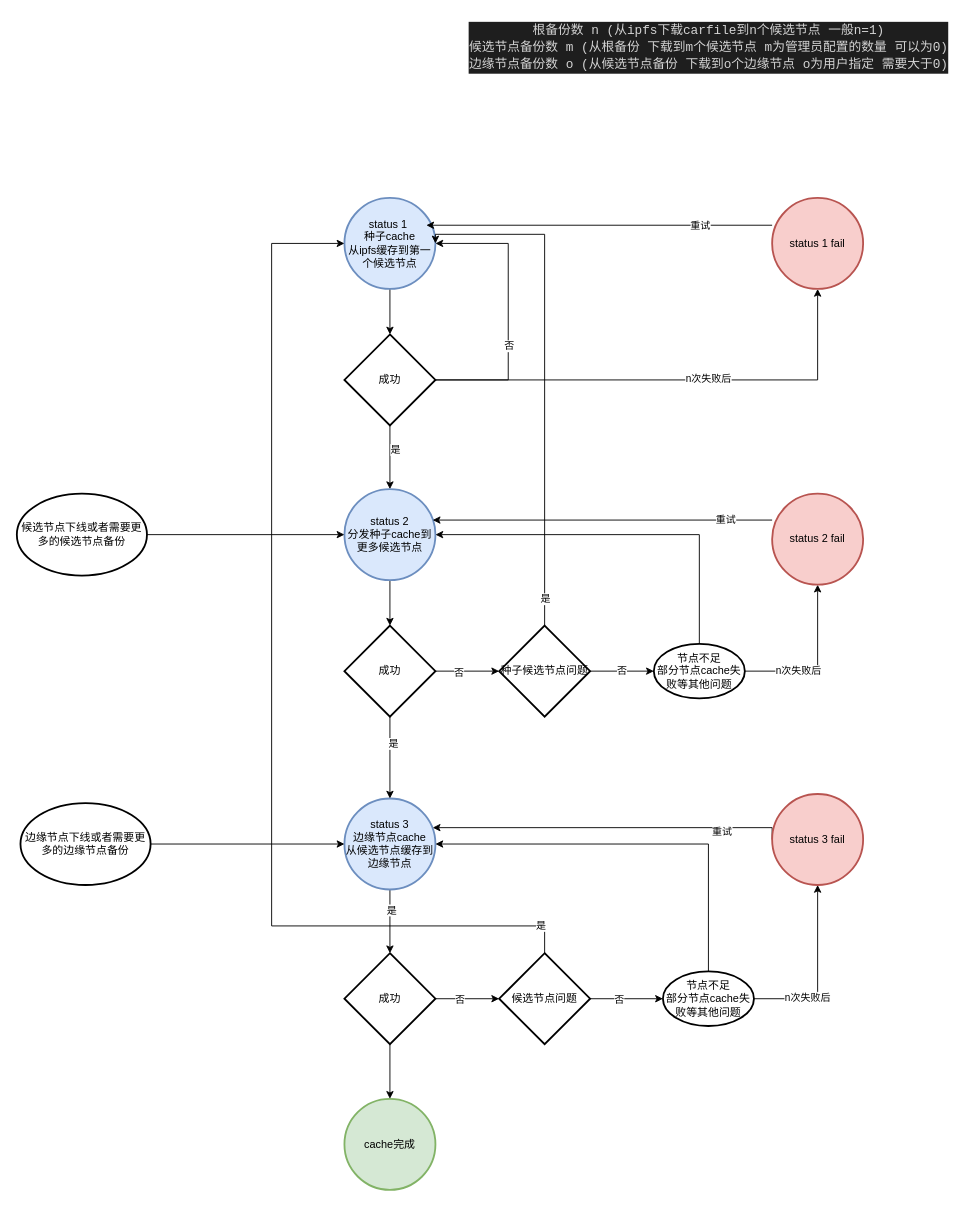
This is cache/未命名绘图.drawio from LMF709268224/titan-drawings, a draw.io file, before an edit. Source tidied: cells renumbered, new cells numbered last; positions are measured from the earlier drawing's top-left corner, leaving out a move shared by most shapes. Both pictures are drawn from the tidied source at 91%, with x=0, y=0 at pixel (16, 15).
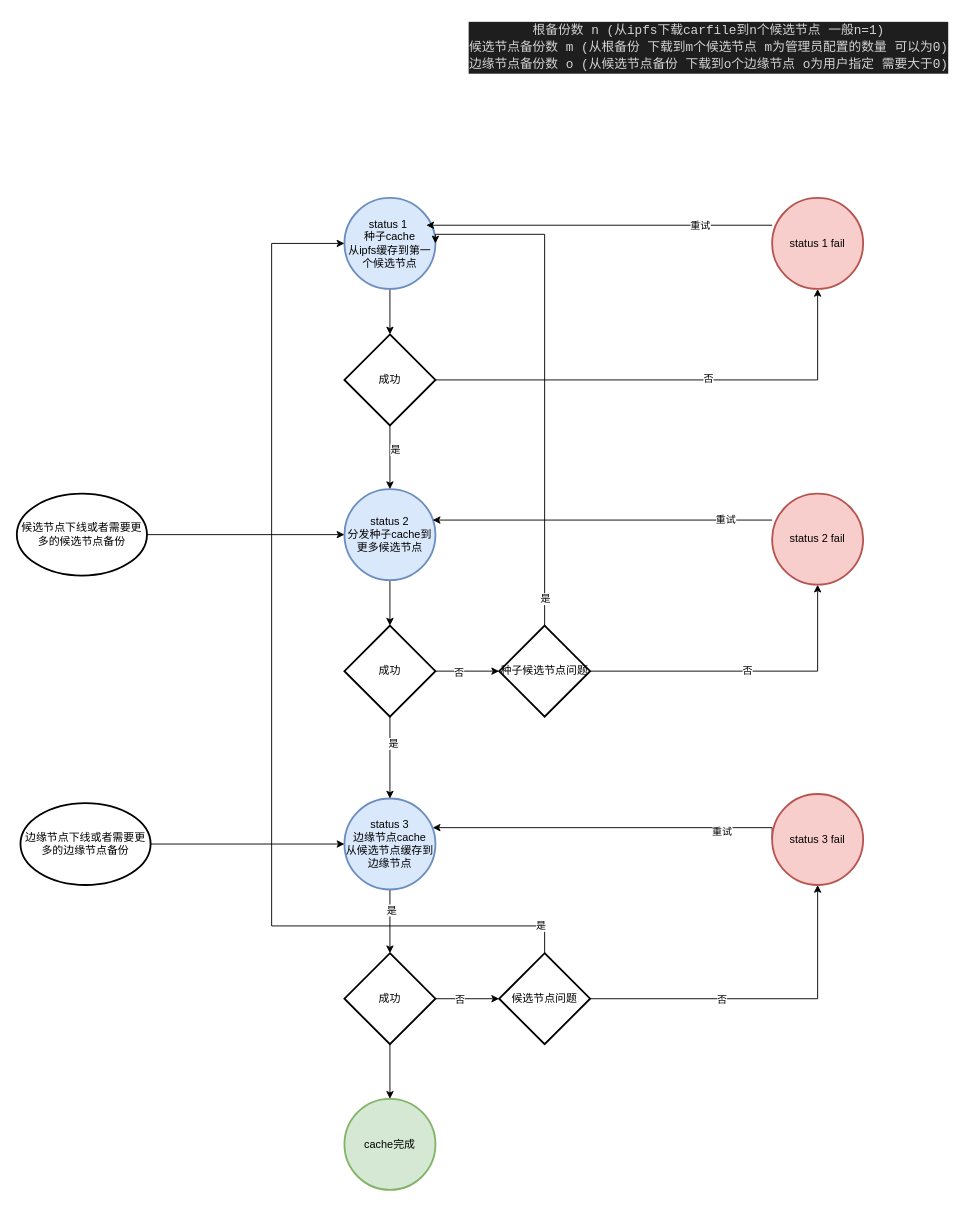
Above is the later version.

Commit message:
更新未命名绘图.drawio

Unchanged cells that the change refers to:
```xml
<mxCell id="4" value="status 1&amp;nbsp;&lt;br&gt;种子cache&lt;br&gt;从ipfs缓存到第一个候选节点" style="strokeWidth=2;html=1;shape=mxgraph.flowchart.start_2;whiteSpace=wrap;fillColor=#dae8fc;strokeColor=#6c8ebf;" parent="1" vertex="1">
  <mxGeometry x="360" y="200" width="100" height="100" as="geometry" />
</mxCell>
<mxCell id="6" value="status 2&lt;br&gt;分发种子cache到更多候选节点" style="strokeWidth=2;html=1;shape=mxgraph.flowchart.start_2;whiteSpace=wrap;fillColor=#dae8fc;strokeColor=#6c8ebf;" parent="1" vertex="1">
  <mxGeometry x="360" y="520" width="100" height="100" as="geometry" />
</mxCell>
<mxCell id="9" value="status 3&lt;br&gt;边缘节点cache&lt;br&gt;从候选节点缓存到边缘节点" style="strokeWidth=2;html=1;shape=mxgraph.flowchart.start_2;whiteSpace=wrap;fillColor=#dae8fc;strokeColor=#6c8ebf;" parent="1" vertex="1">
  <mxGeometry x="360" y="860" width="100" height="100" as="geometry" />
</mxCell>
<mxCell id="14" style="edgeStyle=orthogonalEdgeStyle;rounded=0;jettySize=auto;html=1;exitX=1;exitY=0.5;exitDx=0;exitDy=0;exitPerimeter=0;entryX=0.5;entryY=1;entryDx=0;entryDy=0;entryPerimeter=0;" parent="1" edge="1" source="16" target="50">
  <mxGeometry relative="1" as="geometry" />
</mxCell>
<mxCell id="16" value="成功" style="strokeWidth=2;html=1;shape=mxgraph.flowchart.decision;whiteSpace=wrap;" parent="1" vertex="1">
  <mxGeometry x="360" y="350" width="100" height="100" as="geometry" />
</mxCell>
<mxCell id="25" value="种子候选节点问题" style="strokeWidth=2;html=1;shape=mxgraph.flowchart.decision;whiteSpace=wrap;" parent="1" vertex="1">
  <mxGeometry x="530" y="670" width="100" height="100" as="geometry" />
</mxCell>
<mxCell id="34" value="候选节点问题" style="strokeWidth=2;html=1;shape=mxgraph.flowchart.decision;whiteSpace=wrap;" parent="1" vertex="1">
  <mxGeometry x="530" y="1030" width="100" height="100" as="geometry" />
</mxCell>
<mxCell id="53" value="status 2 fail" style="strokeWidth=2;html=1;shape=mxgraph.flowchart.start_2;whiteSpace=wrap;fillColor=#f8cecc;strokeColor=#b85450;" parent="1" vertex="1">
  <mxGeometry x="830" y="525" width="100" height="100" as="geometry" />
</mxCell>
<mxCell id="56" value="status 3 fail" style="strokeWidth=2;html=1;shape=mxgraph.flowchart.start_2;whiteSpace=wrap;fillColor=#f8cecc;strokeColor=#b85450;" parent="1" vertex="1">
  <mxGeometry x="830" y="855" width="100" height="100" as="geometry" />
</mxCell>
```

The edit, as a diff of the source:
```diff
@@
-    <mxCell id="12" style="edgeStyle=orthogonalEdgeStyle;rounded=0;jettySize=auto;html=1;exitX=1;exitY=0.5;exitDx=0;exitDy=0;exitPerimeter=0;entryX=1;entryY=0.5;entryDx=0;entryDy=0;entryPerimeter=0;" parent="1" edge="1" source="16" target="4">
-      <mxGeometry relative="1" as="geometry">
-        <Array as="points">
-          <mxPoint x="540" y="400" />
-          <mxPoint x="540" y="250" />
-        </Array>
-      </mxGeometry>
-    </mxCell>
-    <mxCell id="13" value="否" style="edgeLabel;html=1;align=center;verticalAlign=middle;" parent="12" vertex="1">
-      <mxGeometry x="-0.24" relative="1" as="geometry" />
-    </mxCell>
@@
-    <mxCell id="15" value="n次失败后" style="edgeLabel;html=1;align=center;verticalAlign=middle;" parent="14" vertex="1">
+    <mxCell id="15" value="否" style="edgeLabel;html=1;align=center;verticalAlign=middle;" parent="14" vertex="1">
       <mxGeometry x="0.15" y="2" relative="1" as="geometry" />
     </mxCell>
@@
-    <mxCell id="24" value="否" style="edgeStyle=orthogonalEdgeStyle;rounded=0;jettySize=auto;html=1;exitX=1;exitY=0.5;exitDx=0;exitDy=0;exitPerimeter=0;entryX=0;entryY=0.5;entryDx=0;entryDy=0;entryPerimeter=0;" parent="1" edge="1" source="25" target="29">
+    <mxCell id="24" value="否" style="edgeStyle=orthogonalEdgeStyle;rounded=0;jettySize=auto;html=1;exitX=1;exitY=0.5;exitDx=0;exitDy=0;exitPerimeter=0;entryX=0.5;entryY=1;entryDx=0;entryDy=0;entryPerimeter=0;" parent="1" edge="1" source="25" target="53">
       <mxGeometry relative="1" as="geometry" />
     </mxCell>
@@
-    <mxCell id="26" style="edgeStyle=orthogonalEdgeStyle;rounded=0;jettySize=auto;html=1;exitX=0.5;exitY=0;exitDx=0;exitDy=0;exitPerimeter=0;entryX=1;entryY=0.5;entryDx=0;entryDy=0;entryPerimeter=0;" parent="1" edge="1" source="29" target="6">
-      <mxGeometry relative="1" as="geometry" />
-    </mxCell>
-    <mxCell id="27" style="edgeStyle=orthogonalEdgeStyle;rounded=0;jettySize=auto;html=1;exitX=1;exitY=0.5;exitDx=0;exitDy=0;exitPerimeter=0;entryX=0.5;entryY=1;entryDx=0;entryDy=0;entryPerimeter=0;" parent="1" edge="1" source="29" target="53">
-      <mxGeometry relative="1" as="geometry" />
-    </mxCell>
-    <mxCell id="28" value="n次失败后" style="edgeLabel;html=1;align=center;verticalAlign=middle;" parent="27" vertex="1">
-      <mxGeometry x="-0.34" y="1" relative="1" as="geometry" />
-    </mxCell>
-    <mxCell id="29" value="节点不足&lt;br&gt;部分节点cache失败等其他问题" style="strokeWidth=2;html=1;shape=mxgraph.flowchart.start_1;whiteSpace=wrap;" parent="1" vertex="1">
-      <mxGeometry x="700" y="690" width="100" height="60" as="geometry" />
-    </mxCell>
@@
-    <mxCell id="32" style="edgeStyle=orthogonalEdgeStyle;rounded=0;jettySize=auto;html=1;exitX=1;exitY=0.5;exitDx=0;exitDy=0;exitPerimeter=0;" parent="1" edge="1" source="34" target="42">
+    <mxCell id="32" style="edgeStyle=orthogonalEdgeStyle;rounded=0;jettySize=auto;html=1;exitX=1;exitY=0.5;exitDx=0;exitDy=0;exitPerimeter=0;entryX=0.5;entryY=1;entryDx=0;entryDy=0;entryPerimeter=0;" parent="1" edge="1" source="34" target="56">
       <mxGeometry relative="1" as="geometry" />
     </mxCell>
@@
-    <mxCell id="39" style="edgeStyle=orthogonalEdgeStyle;rounded=0;jettySize=auto;html=1;exitX=0.5;exitY=0;exitDx=0;exitDy=0;exitPerimeter=0;entryX=1;entryY=0.5;entryDx=0;entryDy=0;entryPerimeter=0;" parent="1" edge="1" source="42" target="9">
-      <mxGeometry relative="1" as="geometry" />
-    </mxCell>
-    <mxCell id="40" style="edgeStyle=orthogonalEdgeStyle;rounded=0;jettySize=auto;html=1;exitX=1;exitY=0.5;exitDx=0;exitDy=0;exitPerimeter=0;entryX=0.5;entryY=1;entryDx=0;entryDy=0;entryPerimeter=0;" parent="1" edge="1" source="42" target="56">
-      <mxGeometry relative="1" as="geometry" />
-    </mxCell>
-    <mxCell id="41" value="n次失败后" style="edgeLabel;html=1;align=center;verticalAlign=middle;" parent="40" vertex="1">
-      <mxGeometry x="-0.41" y="2" relative="1" as="geometry" />
-    </mxCell>
-    <mxCell id="42" value="节点不足&lt;br style=&quot;border-color: var(--border-color);&quot;&gt;部分节点cache失败等其他问题" style="strokeWidth=2;html=1;shape=mxgraph.flowchart.start_1;whiteSpace=wrap;" parent="1" vertex="1">
-      <mxGeometry x="710" y="1050" width="100" height="60" as="geometry" />
-    </mxCell>
```
